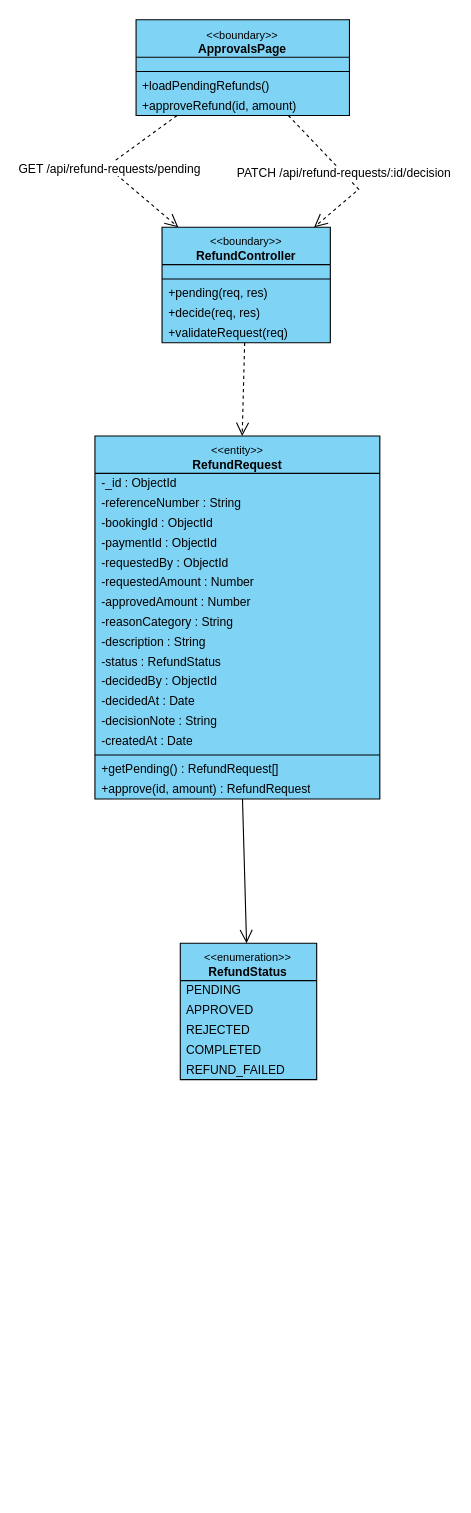
Above: final/diagrams/M4_Billing-And-Payment_Diagrams/class_diagrams/CD-16_UC-M14_ApproveRefundRequest.drawio in toikobi401/SWD392 (draw.io), before the change. Source tidied: cells renumbered, new cells numbered last; positions are measured from the earlier drawing's top-left corner, leaving out a move shared by most shapes. Both pictures are drawn from the tidied source at 110%, with x=0, y=0 at pixel (95, 19).
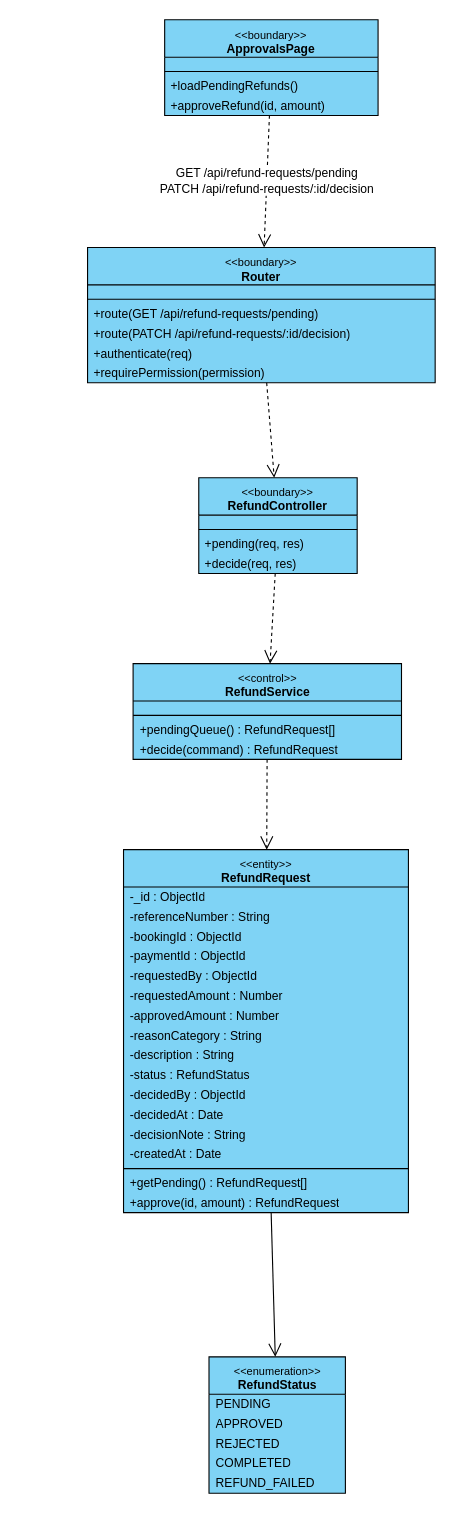
Above is the later version.

The edit, as a diff of the source:
```diff
@@
     <mxCell id="2" value="&lt;font style=&quot;font-size:10px&quot;&gt;&amp;lt;&amp;lt;boundary&amp;gt;&amp;gt;&lt;/font&gt;&lt;br&gt;&lt;b&gt;ApprovalsPage&lt;/b&gt;" style="swimlane;fontStyle=0;align=center;verticalAlign=top;horizontal=1;startSize=34;html=1;whiteSpace=wrap;fontSize=11;fillColor=#7fd3f5;swimlaneFillColor=#7fd3f5;strokeColor=#000000;" parent="1" vertex="1">
-      <mxGeometry x="37.2" y="0.5" width="194" height="87" as="geometry" />
+      <mxGeometry x="63.2" y="0.5" width="194" height="87" as="geometry" />
     </mxCell>
@@
+    <mxCell id="41" value="&lt;font style=&quot;font-size:10px&quot;&gt;&amp;lt;&amp;lt;boundary&amp;gt;&amp;gt;&lt;/font&gt;&lt;br&gt;&lt;b&gt;Router&lt;/b&gt;" style="swimlane;fontStyle=0;align=center;verticalAlign=top;horizontal=1;startSize=34;html=1;whiteSpace=wrap;fontSize=11;fillColor=#7fd3f5;swimlaneFillColor=#7fd3f5;strokeColor=#000000;" parent="1" vertex="1">
+      <mxGeometry x="-6.9" y="207.5" width="316" height="123" as="geometry" />
+    </mxCell>
+    <mxCell id="42" style="text;strokeColor=none;fillColor=none;html=1;" parent="41" vertex="1">
+      <mxGeometry y="34" width="316" height="9" as="geometry" />
+    </mxCell>
+    <mxCell id="43" style="line;strokeWidth=1;fillColor=none;align=left;verticalAlign=middle;spacingTop=-1;spacingLeft=3;spacingRight=3;labelPosition=right;strokeColor=#000000;" parent="41" vertex="1">
+      <mxGeometry y="43" width="316" height="8" as="geometry" />
+    </mxCell>
+    <mxCell id="44" value="+route(GET /api/refund-requests/pending)" style="text;strokeColor=none;fillColor=none;align=left;verticalAlign=middle;spacingLeft=4;spacingRight=4;overflow=hidden;whiteSpace=nowrap;html=1;fontSize=11;" parent="41" vertex="1">
+      <mxGeometry y="51" width="316" height="18" as="geometry" />
+    </mxCell>
+    <mxCell id="45" value="+route(PATCH /api/refund-requests/:id/decision)" style="text;strokeColor=none;fillColor=none;align=left;verticalAlign=middle;spacingLeft=4;spacingRight=4;overflow=hidden;whiteSpace=nowrap;html=1;fontSize=11;" parent="41" vertex="1">
+      <mxGeometry y="69" width="316" height="18" as="geometry" />
+    </mxCell>
+    <mxCell id="46" value="+authenticate(req)" style="text;strokeColor=none;fillColor=none;align=left;verticalAlign=middle;spacingLeft=4;spacingRight=4;overflow=hidden;whiteSpace=nowrap;html=1;fontSize=11;" parent="41" vertex="1">
+      <mxGeometry y="87" width="316" height="18" as="geometry" />
+    </mxCell>
+    <mxCell id="47" value="+requirePermission(permission)" style="text;strokeColor=none;fillColor=none;align=left;verticalAlign=middle;spacingLeft=4;spacingRight=4;overflow=hidden;whiteSpace=nowrap;html=1;fontSize=11;" parent="41" vertex="1">
+      <mxGeometry y="105" width="316" height="18" as="geometry" />
+    </mxCell>
     <mxCell id="7" value="&lt;font style=&quot;font-size:10px&quot;&gt;&amp;lt;&amp;lt;boundary&amp;gt;&amp;gt;&lt;/font&gt;&lt;br&gt;&lt;b&gt;RefundController&lt;/b&gt;" style="swimlane;fontStyle=0;align=center;verticalAlign=top;horizontal=1;startSize=34;html=1;whiteSpace=wrap;fontSize=11;fillColor=#7fd3f5;swimlaneFillColor=#7fd3f5;strokeColor=#000000;" parent="1" vertex="1">
-      <mxGeometry x="60.8" y="189.1" width="153" height="105" as="geometry" />
+      <mxGeometry x="94.2" y="416.8" width="144" height="87" as="geometry" />
     </mxCell>
     <mxCell id="8" style="text;strokeColor=none;fillColor=none;html=1;" parent="7" vertex="1">
-      <mxGeometry y="34" width="153" height="9" as="geometry" />
+      <mxGeometry y="34" width="144" height="9" as="geometry" />
     </mxCell>
     <mxCell id="9" style="line;strokeWidth=1;fillColor=none;align=left;verticalAlign=middle;spacingTop=-1;spacingLeft=3;spacingRight=3;labelPosition=right;strokeColor=#000000;" parent="7" vertex="1">
-      <mxGeometry y="43" width="153" height="8" as="geometry" />
+      <mxGeometry y="43" width="144" height="8" as="geometry" />
     </mxCell>
     <mxCell id="10" value="+pending(req, res)" style="text;strokeColor=none;fillColor=none;align=left;verticalAlign=middle;spacingLeft=4;spacingRight=4;overflow=hidden;whiteSpace=nowrap;html=1;fontSize=11;" parent="7" vertex="1">
-      <mxGeometry y="51" width="153" height="18" as="geometry" />
+      <mxGeometry y="51" width="144" height="18" as="geometry" />
     </mxCell>
     <mxCell id="11" value="+decide(req, res)" style="text;strokeColor=none;fillColor=none;align=left;verticalAlign=middle;spacingLeft=4;spacingRight=4;overflow=hidden;whiteSpace=nowrap;html=1;fontSize=11;" parent="7" vertex="1">
-      <mxGeometry y="69" width="153" height="18" as="geometry" />
+      <mxGeometry y="69" width="144" height="18" as="geometry" />
     </mxCell>
-    <mxCell id="12" value="+validateRequest(req)" style="text;strokeColor=none;fillColor=none;align=left;verticalAlign=middle;spacingLeft=4;spacingRight=4;overflow=hidden;whiteSpace=nowrap;html=1;fontSize=11;" parent="7" vertex="1">
-      <mxGeometry y="87" width="153" height="18" as="geometry" />
-    </mxCell>
+    <mxCell id="48" value="&lt;font style=&quot;font-size:10px&quot;&gt;&amp;lt;&amp;lt;control&amp;gt;&amp;gt;&lt;/font&gt;&lt;br&gt;&lt;b&gt;RefundService&lt;/b&gt;" style="swimlane;fontStyle=0;align=center;verticalAlign=top;horizontal=1;startSize=34;html=1;whiteSpace=wrap;fontSize=11;fillColor=#7fd3f5;swimlaneFillColor=#7fd3f5;strokeColor=#000000;" parent="1" vertex="1">
+      <mxGeometry x="34.5" y="585.8" width="244" height="87" as="geometry" />
+    </mxCell>
+    <mxCell id="49" style="text;strokeColor=none;fillColor=none;html=1;" parent="48" vertex="1">
+      <mxGeometry y="34" width="244" height="9" as="geometry" />
+    </mxCell>
+    <mxCell id="50" style="line;strokeWidth=1;fillColor=none;align=left;verticalAlign=middle;spacingTop=-1;spacingLeft=3;spacingRight=3;labelPosition=right;strokeColor=#000000;" parent="48" vertex="1">
+      <mxGeometry y="43" width="244" height="8" as="geometry" />
+    </mxCell>
+    <mxCell id="51" value="+pendingQueue() : RefundRequest[]" style="text;strokeColor=none;fillColor=none;align=left;verticalAlign=middle;spacingLeft=4;spacingRight=4;overflow=hidden;whiteSpace=nowrap;html=1;fontSize=11;" parent="48" vertex="1">
+      <mxGeometry y="51" width="244" height="18" as="geometry" />
+    </mxCell>
+    <mxCell id="52" value="+decide(command) : RefundRequest" style="text;strokeColor=none;fillColor=none;align=left;verticalAlign=middle;spacingLeft=4;spacingRight=4;overflow=hidden;whiteSpace=nowrap;html=1;fontSize=11;" parent="48" vertex="1">
+      <mxGeometry y="69" width="244" height="18" as="geometry" />
+    </mxCell>
     <mxCell id="13" value="&lt;font style=&quot;font-size:10px&quot;&gt;&amp;lt;&amp;lt;entity&amp;gt;&amp;gt;&lt;/font&gt;&lt;br&gt;&lt;b&gt;RefundRequest&lt;/b&gt;" style="swimlane;fontStyle=0;align=center;verticalAlign=top;horizontal=1;startSize=34;html=1;whiteSpace=wrap;fontSize=11;fillColor=#7fd3f5;swimlaneFillColor=#7fd3f5;strokeColor=#000000;" parent="1" vertex="1">
-      <mxGeometry x="-0.2" y="378.8" width="259" height="330" as="geometry" />
+      <mxGeometry x="25.8" y="754.9" width="259" height="330" as="geometry" />
     </mxCell>
@@
     <mxCell id="31" value="&lt;font style=&quot;font-size:10px&quot;&gt;&amp;lt;&amp;lt;enumeration&amp;gt;&amp;gt;&lt;/font&gt;&lt;br&gt;&lt;b&gt;RefundStatus&lt;/b&gt;" style="swimlane;fontStyle=0;align=center;verticalAlign=top;horizontal=1;startSize=34;html=1;whiteSpace=wrap;fontSize=11;fillColor=#7fd3f5;swimlaneFillColor=#7fd3f5;strokeColor=#000000;" parent="1" vertex="1">
-      <mxGeometry x="77.4" y="840" width="124" height="124" as="geometry" />
+      <mxGeometry x="103.5" y="1216" width="124" height="124" as="geometry" />
     </mxCell>
@@
-    <mxCell id="37" value="GET /api/refund-requests/pending" style="html=1;rounded=0;fontSize=11;labelBackgroundColor=#ffffff;dashed=1;endArrow=open;endSize=10;" parent="1" edge="1" source="2" target="7">
-      <mxGeometry relative="1" as="geometry">
-        <Array as="points">
-          <mxPoint x="10.7" y="133.9" />
-        </Array>
-      </mxGeometry>
+    <mxCell id="37" value="GET /api/refund-requests/pending&lt;br&gt;PATCH /api/refund-requests/:id/decision" style="html=1;rounded=0;fontSize=11;labelBackgroundColor=#ffffff;dashed=1;endArrow=open;endSize=10;" parent="1" edge="1" source="2" target="41">
+      <mxGeometry relative="1" as="geometry" />
     </mxCell>
-    <mxCell id="38" value="PATCH /api/refund-requests/:id/decision" style="html=1;rounded=0;fontSize=11;labelBackgroundColor=#ffffff;dashed=1;endArrow=open;endSize=10;" parent="1" edge="1" source="2" target="7">
-      <mxGeometry relative="1" as="geometry">
-        <Array as="points">
-          <mxPoint x="239.6" y="154.6" />
-        </Array>
-      </mxGeometry>
+    <mxCell id="38" style="html=1;rounded=0;fontSize=11;labelBackgroundColor=#ffffff;dashed=1;endArrow=open;endSize=10;" parent="1" edge="1" source="41" target="7">
+      <mxGeometry relative="1" as="geometry" />
     </mxCell>
-    <mxCell id="39" style="html=1;rounded=0;fontSize=11;labelBackgroundColor=#ffffff;dashed=1;endArrow=open;endSize=10;" parent="1" edge="1" source="7" target="13">
+    <mxCell id="39" style="html=1;rounded=0;fontSize=11;labelBackgroundColor=#ffffff;dashed=1;endArrow=open;endSize=10;" parent="1" edge="1" source="7" target="48">
       <mxGeometry relative="1" as="geometry" />
     </mxCell>
-    <mxCell id="40" style="html=1;rounded=0;fontSize=11;labelBackgroundColor=#ffffff;endArrow=open;endSize=10;" parent="1" edge="1" source="13" target="31">
+    <mxCell id="40" style="html=1;rounded=0;fontSize=11;labelBackgroundColor=#ffffff;dashed=1;endArrow=open;endSize=10;" parent="1" edge="1" source="48" target="13">
       <mxGeometry relative="1" as="geometry" />
     </mxCell>
+    <mxCell id="53" style="html=1;rounded=0;fontSize=11;labelBackgroundColor=#ffffff;endArrow=open;endSize=10;" parent="1" edge="1" source="13" target="31">
+      <mxGeometry relative="1" as="geometry" />
+    </mxCell>
```
